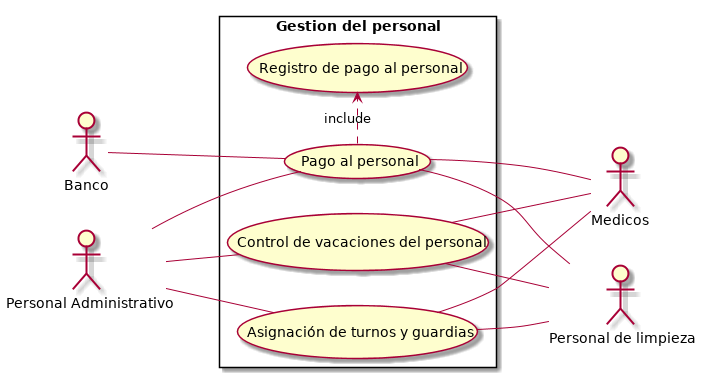
Before: P2/Gestion_del_personal.png, a diagram exported from PlantUML (Ludvins/DGIIM_FIS). Source of this version:
```plantuml
@startuml
left to right direction
skinparam packageStyle rectangle
actor "Personal Administrativo" as PA
actor Medicos
actor "Personal de limpieza" as PL
actor Banco
rectangle "Gestion del personal" {
  PA -- (Asignación de turnos y guardias)
  PA -- (Control de vacaciones del personal)
  PA -- (Pago al personal)
  (Pago al personal) .> (Registro de pago al personal) : include

  Medicos -up- (Asignación de turnos y guardias)
  Medicos -up- (Pago al personal)
  Medicos -up- (Control de vacaciones del personal)

  Banco -- (Pago al personal)
  PL -up- (Asignación de turnos y guardias)
  PL -up- (Control de vacaciones del personal)
  PL -up- (Pago al personal)
}
@enduml
```
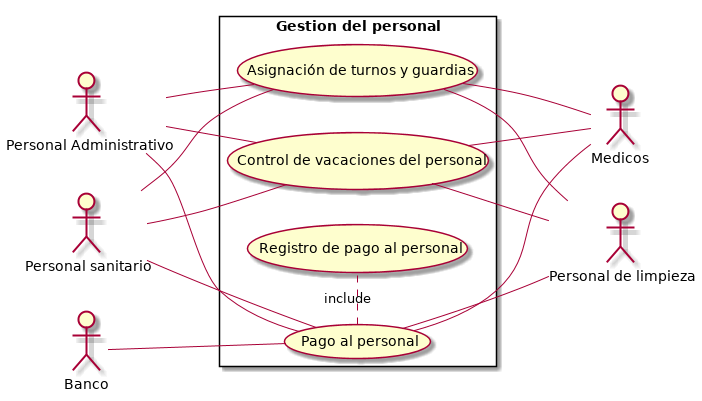
The same file after the commit.

Commit message:
Añade personal sanitario a diagramas y tablas

Change to the diagram source:
```diff
@@ -4,12 +4,17 @@
 actor "Personal Administrativo" as PA
 actor Medicos
 actor "Personal de limpieza" as PL
+actor "Personal sanitario" as PS
 actor Banco
 rectangle "Gestion del personal" {
+  PS -- (Asignación de turnos y guardias)
+  PS -- (Control de vacaciones del personal)
+  PS -- (Pago al personal)
+
   PA -- (Asignación de turnos y guardias)
   PA -- (Control de vacaciones del personal)
   PA -- (Pago al personal)
-  (Pago al personal) .> (Registro de pago al personal) : include
+  (Pago al personal) . (Registro de pago al personal) : include
 
   Medicos -up- (Asignación de turnos y guardias)
   Medicos -up- (Pago al personal)
```
